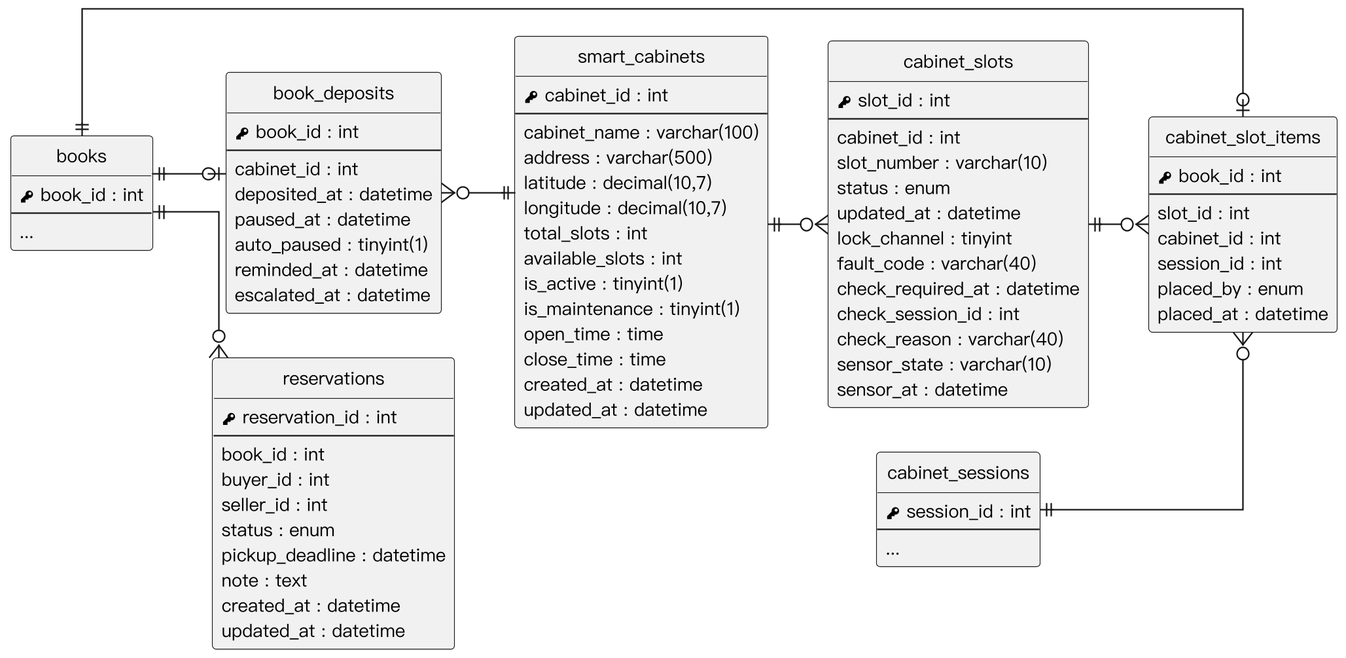
Above: documents/系統手冊/產生工具/cabdiag/er/er_cabinets.png in SaveMyBook/SaveMyBook (PlantUML), before the change.
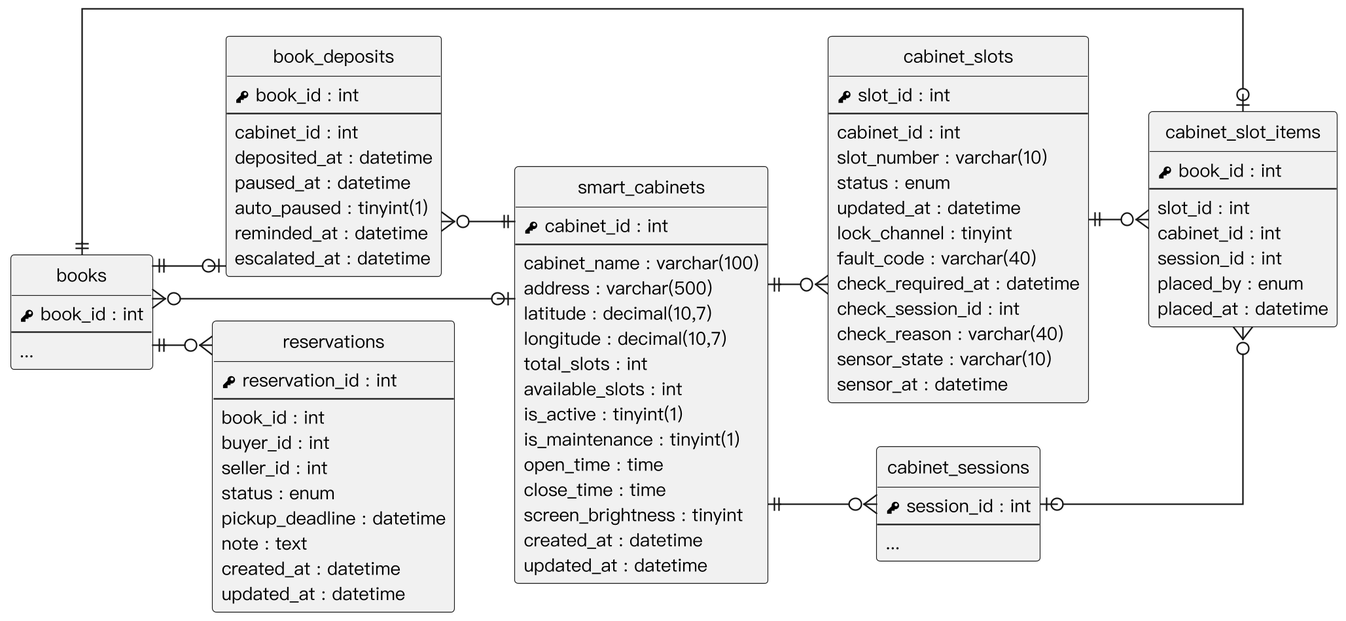
Later version of the same file.

What changed in the source:
```diff
@@ -16,10 +16,36 @@
   --
   ...
 }
-entity "cabinet_sessions" as cabinet_sessions {
-  {field} <&key> session_id : int
+entity "book_deposits" as book_deposits {
+  {field} <&key> book_id : int
   --
-  ...
+  {field} cabinet_id : int
+  {field} deposited_at : datetime
+  {field} paused_at : datetime
+  {field} auto_paused : tinyint(1)
+  {field} reminded_at : datetime
+  {field} escalated_at : datetime
+}
+entity "cabinet_slot_items" as cabinet_slot_items {
+  {field} <&key> book_id : int
+  --
+  {field} slot_id : int
+  {field} cabinet_id : int
+  {field} session_id : int
+  {field} placed_by : enum
+  {field} placed_at : datetime
+}
+entity "reservations" as reservations {
+  {field} <&key> reservation_id : int
+  --
+  {field} book_id : int
+  {field} buyer_id : int
+  {field} seller_id : int
+  {field} status : enum
+  {field} pickup_deadline : datetime
+  {field} note : text
+  {field} created_at : datetime
+  {field} updated_at : datetime
 }
 entity "smart_cabinets" as smart_cabinets {
   {field} <&key> cabinet_id : int
@@ -34,6 +60,7 @@
   {field} is_maintenance : tinyint(1)
   {field} open_time : time
   {field} close_time : time
+  {field} screen_brightness : tinyint
   {field} created_at : datetime
   {field} updated_at : datetime
 }
@@ -52,42 +79,18 @@
   {field} sensor_state : varchar(10)
   {field} sensor_at : datetime
 }
-entity "cabinet_slot_items" as cabinet_slot_items {
-  {field} <&key> book_id : int
+entity "cabinet_sessions" as cabinet_sessions {
+  {field} <&key> session_id : int
   --
-  {field} slot_id : int
-  {field} cabinet_id : int
-  {field} session_id : int
-  {field} placed_by : enum
-  {field} placed_at : datetime
+  ...
 }
-entity "book_deposits" as book_deposits {
-  {field} <&key> book_id : int
-  --
-  {field} cabinet_id : int
-  {field} deposited_at : datetime
-  {field} paused_at : datetime
-  {field} auto_paused : tinyint(1)
-  {field} reminded_at : datetime
-  {field} escalated_at : datetime
-}
-entity "reservations" as reservations {
-  {field} <&key> reservation_id : int
-  --
-  {field} book_id : int
-  {field} buyer_id : int
-  {field} seller_id : int
-  {field} status : enum
-  {field} pickup_deadline : datetime
-  {field} note : text
-  {field} created_at : datetime
-  {field} updated_at : datetime
-}
-smart_cabinets ||--o{ cabinet_slots
 books ||--o| cabinet_slot_items
 cabinet_slots ||--o{ cabinet_slot_items
-cabinet_sessions ||--o{ cabinet_slot_items
+smart_cabinets ||--o{ cabinet_slots
+cabinet_sessions |o--o{ cabinet_slot_items
+books ||--o{ reservations
+books }o--o| smart_cabinets
+book_deposits }o--|| smart_cabinets
 books ||--o| book_deposits
-book_deposits }o--|| smart_cabinets
-books ||--o{ reservations
+smart_cabinets ||--o{ cabinet_sessions
 @enduml
```
